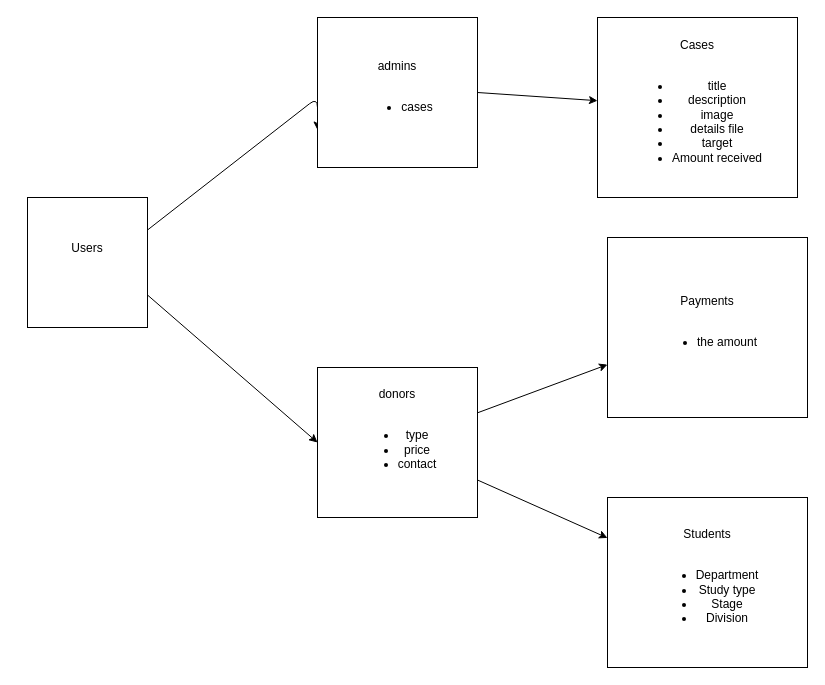
This is db_draw/main.drawio from Gruce/abdulkareem-for-charity, a draw.io file, before an edit. Source tidied: cells renumbered, new cells numbered last; positions are measured from the earlier drawing's top-left corner, leaving out a move shared by most shapes. Both pictures are drawn from the tidied source at 100%, with x=0, y=0 at pixel (27, 17).
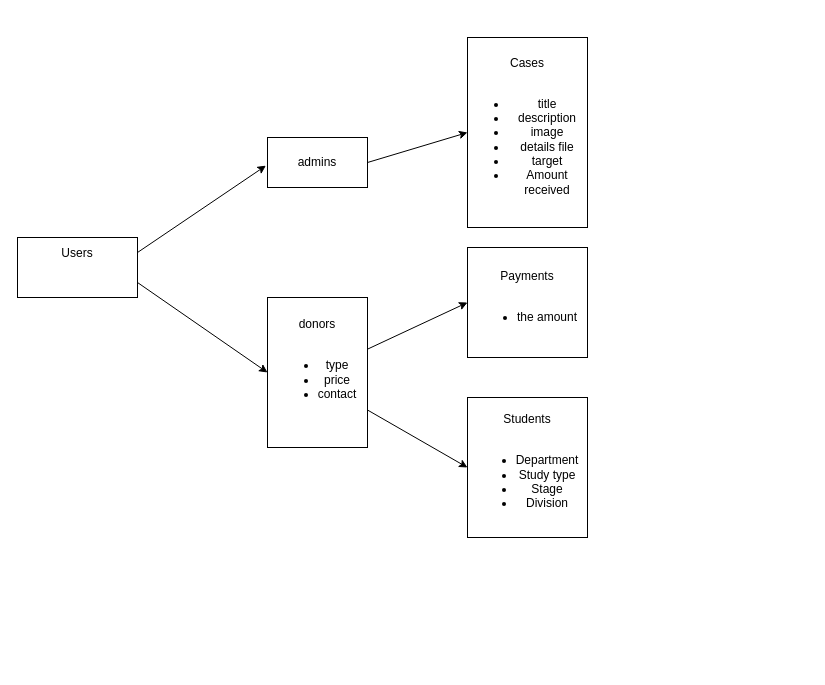
After the change.

What changed in the source:
```diff
@@
 <mxGraphModel>
   <root>
     <mxCell id="0" />
     <mxCell id="1" parent="0" />
-    <mxCell id="2" style="edgeStyle=none;html=1;exitX=1;exitY=0.25;exitDx=0;exitDy=0;entryX=0;entryY=0.75;entryDx=0;entryDy=0;" parent="1" edge="1" source="4" target="9">
-      <mxGeometry relative="1" as="geometry">
-        <Array as="points">
-          <mxPoint x="290" y="80" />
-        </Array>
-      </mxGeometry>
+    <mxCell id="2" style="edgeStyle=none;html=1;exitX=1;exitY=0.25;exitDx=0;exitDy=0;entryX=-0.016;entryY=0.563;entryDx=0;entryDy=0;entryPerimeter=0;" parent="1" edge="1" source="4" target="9">
+      <mxGeometry relative="1" as="geometry" />
     </mxCell>
     <mxCell id="3" style="edgeStyle=none;html=1;exitX=1;exitY=0.75;exitDx=0;exitDy=0;entryX=0;entryY=0.5;entryDx=0;entryDy=0;" parent="1" edge="1" source="4" target="7">
       <mxGeometry relative="1" as="geometry" />
     </mxCell>
     <mxCell id="4" value="Users&lt;br&gt;&lt;br&gt;&amp;nbsp;" style="whiteSpace=wrap;html=1;" parent="1" vertex="1">
-      <mxGeometry y="180" width="120" height="130" as="geometry" />
+      <mxGeometry x="-10" y="220" width="120" height="60" as="geometry" />
     </mxCell>
-    <mxCell id="5" style="edgeStyle=none;html=1;" parent="1" edge="1" source="7" target="12">
+    <mxCell id="5" style="edgeStyle=none;html=1;entryX=0;entryY=0.5;entryDx=0;entryDy=0;" parent="1" edge="1" source="7" target="12">
       <mxGeometry relative="1" as="geometry" />
     </mxCell>
-    <mxCell id="6" style="edgeStyle=none;html=1;exitX=1;exitY=0.75;exitDx=0;exitDy=0;" parent="1" edge="1" source="7" target="10">
+    <mxCell id="6" style="edgeStyle=none;html=1;exitX=1;exitY=0.75;exitDx=0;exitDy=0;entryX=0;entryY=0.5;entryDx=0;entryDy=0;" parent="1" edge="1" source="7" target="10">
       <mxGeometry relative="1" as="geometry" />
     </mxCell>
     <mxCell id="7" value="donors&lt;br&gt;&lt;br&gt;&lt;ul&gt;&lt;li&gt;type&lt;/li&gt;&lt;li&gt;price&lt;/li&gt;&lt;li&gt;contact&lt;/li&gt;&lt;/ul&gt;&amp;nbsp;" style="whiteSpace=wrap;html=1;" parent="1" vertex="1">
-      <mxGeometry x="290" y="350" width="160" height="150" as="geometry" />
+      <mxGeometry x="240" y="280" width="100" height="150" as="geometry" />
     </mxCell>
-    <mxCell id="8" style="edgeStyle=none;html=1;exitX=1;exitY=0.5;exitDx=0;exitDy=0;" parent="1" edge="1" source="9" target="11">
+    <mxCell id="8" style="edgeStyle=none;html=1;exitX=1;exitY=0.5;exitDx=0;exitDy=0;entryX=0;entryY=0.5;entryDx=0;entryDy=0;" parent="1" edge="1" source="9" target="11">
       <mxGeometry relative="1" as="geometry" />
     </mxCell>
-    <mxCell id="9" value="admins&lt;br&gt;&lt;br&gt;&lt;ul&gt;&lt;li&gt;cases&lt;/li&gt;&lt;/ul&gt;" style="whiteSpace=wrap;html=1;" parent="1" vertex="1">
-      <mxGeometry x="290" width="160" height="150" as="geometry" />
+    <mxCell id="9" value="admins&lt;br&gt;" style="whiteSpace=wrap;html=1;" parent="1" vertex="1">
+      <mxGeometry x="240" y="120" width="100" height="50" as="geometry" />
     </mxCell>
     <mxCell id="10" value="Students&lt;br&gt;&lt;br&gt;&lt;ul&gt;&lt;li&gt;Department&lt;/li&gt;&lt;li&gt;Study type&lt;br&gt;&lt;/li&gt;&lt;li&gt;Stage&lt;/li&gt;&lt;li&gt;Division&lt;/li&gt;&lt;/ul&gt;" style="whiteSpace=wrap;html=1;" parent="1" vertex="1">
-      <mxGeometry x="580" y="480" width="200" height="170" as="geometry" />
+      <mxGeometry x="440" y="380" width="120" height="140" as="geometry" />
     </mxCell>
     <mxCell id="11" value="Cases&lt;br&gt;&lt;br&gt;&lt;ul&gt;&lt;li&gt;title&lt;/li&gt;&lt;li&gt;description&lt;/li&gt;&lt;li&gt;image&lt;/li&gt;&lt;li&gt;details file&lt;/li&gt;&lt;li&gt;target&lt;/li&gt;&lt;li&gt;Amount received&lt;br&gt;&lt;/li&gt;&lt;/ul&gt;" style="whiteSpace=wrap;html=1;" parent="1" vertex="1">
-      <mxGeometry x="570" width="200" height="180" as="geometry" />
+      <mxGeometry x="440" y="20" width="120" height="190" as="geometry" />
     </mxCell>
     <mxCell id="12" value="Payments&lt;br&gt;&lt;br&gt;&lt;ul&gt;&lt;li&gt;the amount&lt;/li&gt;&lt;/ul&gt;" style="whiteSpace=wrap;html=1;" parent="1" vertex="1">
-      <mxGeometry x="580" y="220" width="200" height="180" as="geometry" />
+      <mxGeometry x="440" y="230" width="120" height="110" as="geometry" />
     </mxCell>
   </root>
 </mxGraphModel>
```
